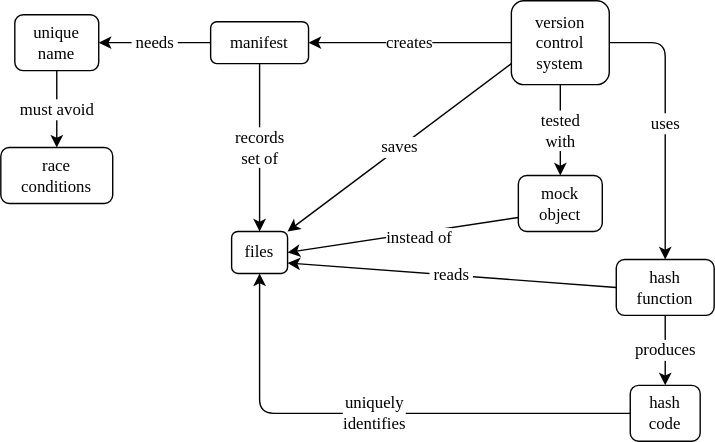
gvwilson/thirdbit keeps this draw.io diagram as sdxpy/archive/concept_map.svg. Above is the earlier version. Source tidied: cells renumbered, new cells last; positions are measured from the earlier drawing's top-left corner, leaving out a move shared by most shapes.
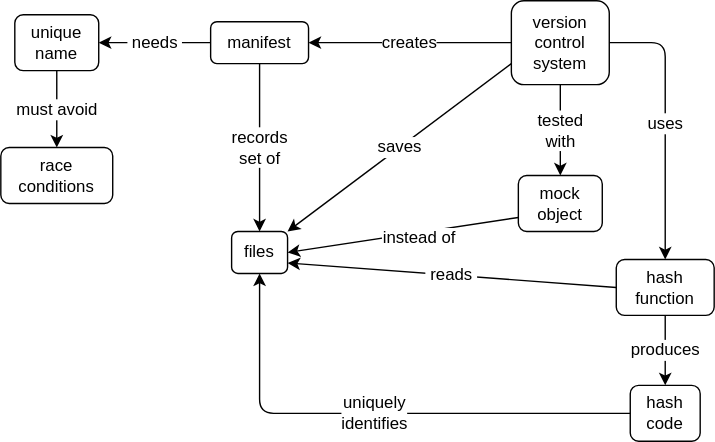
After the change.

The edit, as a diff of the source:
```diff
@@ -2,72 +2,72 @@
   <root>
     <mxCell id="0" />
     <mxCell id="1" parent="0" />
-    <mxCell id="2" value="version&lt;br style=&quot;font-size: 12px;&quot;&gt;control&lt;br style=&quot;font-size: 12px;&quot;&gt;system" style="text;html=1;strokeColor=default;fillColor=none;align=center;verticalAlign=middle;whiteSpace=wrap;rounded=1;hachureGap=4;fontFamily=Verdana;fontSize=12;" parent="1" vertex="1">
+    <mxCell id="2" value="version&lt;br style=&quot;font-size: 12px;&quot;&gt;control&lt;br style=&quot;font-size: 12px;&quot;&gt;system" style="text;html=1;strokeColor=default;fillColor=none;align=center;verticalAlign=middle;whiteSpace=wrap;rounded=1;hachureGap=4;fontFamily=Helvetica;fontSize=12;" parent="1" vertex="1">
       <mxGeometry x="365" width="70" height="60" as="geometry" />
     </mxCell>
-    <mxCell id="3" value="hash&lt;br style=&quot;font-size: 12px;&quot;&gt;function" style="text;html=1;strokeColor=default;fillColor=none;align=center;verticalAlign=middle;whiteSpace=wrap;rounded=1;hachureGap=4;fontFamily=Verdana;fontSize=12;" parent="1" vertex="1">
+    <mxCell id="3" value="hash&lt;br style=&quot;font-size: 12px;&quot;&gt;function" style="text;html=1;strokeColor=default;fillColor=none;align=center;verticalAlign=middle;whiteSpace=wrap;rounded=1;hachureGap=4;fontFamily=Helvetica;fontSize=12;" parent="1" vertex="1">
       <mxGeometry x="440" y="185" width="70" height="40" as="geometry" />
     </mxCell>
-    <mxCell id="4" value="files" style="text;html=1;strokeColor=default;fillColor=none;align=center;verticalAlign=middle;whiteSpace=wrap;rounded=1;hachureGap=4;fontFamily=Verdana;fontSize=12;" parent="1" vertex="1">
+    <mxCell id="4" value="files" style="text;html=1;strokeColor=default;fillColor=none;align=center;verticalAlign=middle;whiteSpace=wrap;rounded=1;hachureGap=4;fontFamily=Helvetica;fontSize=12;" parent="1" vertex="1">
       <mxGeometry x="165" y="165" width="40" height="30" as="geometry" />
     </mxCell>
-    <mxCell id="5" value="hash&lt;br style=&quot;font-size: 12px;&quot;&gt;code" style="text;html=1;strokeColor=default;fillColor=none;align=center;verticalAlign=middle;whiteSpace=wrap;rounded=1;hachureGap=4;fontFamily=Verdana;fontSize=12;" parent="1" vertex="1">
+    <mxCell id="5" value="hash&lt;br style=&quot;font-size: 12px;&quot;&gt;code" style="text;html=1;strokeColor=default;fillColor=none;align=center;verticalAlign=middle;whiteSpace=wrap;rounded=1;hachureGap=4;fontFamily=Helvetica;fontSize=12;" parent="1" vertex="1">
       <mxGeometry x="450" y="275" width="50" height="40" as="geometry" />
     </mxCell>
-    <mxCell id="6" value="mock&lt;br style=&quot;font-size: 12px;&quot;&gt;object" style="text;html=1;strokeColor=default;fillColor=none;align=center;verticalAlign=middle;whiteSpace=wrap;rounded=1;hachureGap=4;fontFamily=Verdana;fontSize=12;" parent="1" vertex="1">
+    <mxCell id="6" value="mock&lt;br style=&quot;font-size: 12px;&quot;&gt;object" style="text;html=1;strokeColor=default;fillColor=none;align=center;verticalAlign=middle;whiteSpace=wrap;rounded=1;hachureGap=4;fontFamily=Helvetica;fontSize=12;" parent="1" vertex="1">
       <mxGeometry x="370" y="125" width="60" height="40" as="geometry" />
     </mxCell>
-    <mxCell id="7" value="manifest" style="text;html=1;strokeColor=default;fillColor=none;align=center;verticalAlign=middle;whiteSpace=wrap;rounded=1;hachureGap=4;fontFamily=Verdana;fontSize=12;" parent="1" vertex="1">
+    <mxCell id="7" value="manifest" style="text;html=1;strokeColor=default;fillColor=none;align=center;verticalAlign=middle;whiteSpace=wrap;rounded=1;hachureGap=4;fontFamily=Helvetica;fontSize=12;" parent="1" vertex="1">
       <mxGeometry x="150" y="15" width="70" height="30" as="geometry" />
     </mxCell>
-    <mxCell id="8" value="unique&lt;br style=&quot;font-size: 12px;&quot;&gt;name" style="text;html=1;strokeColor=default;fillColor=none;align=center;verticalAlign=middle;whiteSpace=wrap;rounded=1;hachureGap=4;fontFamily=Verdana;fontSize=12;" parent="1" vertex="1">
+    <mxCell id="8" value="unique&lt;br style=&quot;font-size: 12px;&quot;&gt;name" style="text;html=1;strokeColor=default;fillColor=none;align=center;verticalAlign=middle;whiteSpace=wrap;rounded=1;hachureGap=4;fontFamily=Helvetica;fontSize=12;" parent="1" vertex="1">
       <mxGeometry x="10" y="10" width="60" height="40" as="geometry" />
     </mxCell>
-    <mxCell id="9" value="race&lt;br style=&quot;font-size: 12px;&quot;&gt;conditions" style="text;html=1;strokeColor=default;fillColor=none;align=center;verticalAlign=middle;whiteSpace=wrap;rounded=1;hachureGap=4;fontFamily=Verdana;fontSize=12;" parent="1" vertex="1">
+    <mxCell id="9" value="race&lt;br style=&quot;font-size: 12px;&quot;&gt;conditions" style="text;html=1;strokeColor=default;fillColor=none;align=center;verticalAlign=middle;whiteSpace=wrap;rounded=1;hachureGap=4;fontFamily=Helvetica;fontSize=12;" parent="1" vertex="1">
       <mxGeometry y="105" width="80" height="40" as="geometry" />
     </mxCell>
-    <mxCell id="10" value="uses" style="endArrow=classic;html=1;rounded=1;hachureGap=4;fontFamily=Verdana;fontSize=12;sourcePerimeterSpacing=8;targetPerimeterSpacing=8;entryX=0.5;entryY=0;entryDx=0;entryDy=0;exitX=1;exitY=0.5;exitDx=0;exitDy=0;" parent="1" edge="1" source="2" target="3">
+    <mxCell id="10" value="uses" style="endArrow=classic;html=1;rounded=1;hachureGap=4;fontFamily=Helvetica;fontSize=12;sourcePerimeterSpacing=8;targetPerimeterSpacing=8;entryX=0.5;entryY=0;entryDx=0;entryDy=0;exitX=1;exitY=0.5;exitDx=0;exitDy=0;" parent="1" edge="1" source="2" target="3">
       <mxGeometry relative="1" as="geometry">
         <Array as="points">
           <mxPoint x="475" y="30" />
         </Array>
       </mxGeometry>
     </mxCell>
-    <mxCell id="11" value="saves" style="endArrow=classic;html=1;rounded=0;hachureGap=4;fontFamily=Verdana;fontSize=12;sourcePerimeterSpacing=8;targetPerimeterSpacing=8;curved=1;entryX=1;entryY=0;entryDx=0;entryDy=0;exitX=0;exitY=0.75;exitDx=0;exitDy=0;" parent="1" edge="1" source="2" target="4">
+    <mxCell id="11" value="saves" style="endArrow=classic;html=1;rounded=0;hachureGap=4;fontFamily=Helvetica;fontSize=12;sourcePerimeterSpacing=8;targetPerimeterSpacing=8;curved=1;entryX=1;entryY=0;entryDx=0;entryDy=0;exitX=0;exitY=0.75;exitDx=0;exitDy=0;" parent="1" edge="1" source="2" target="4">
       <mxGeometry relative="1" as="geometry" />
     </mxCell>
-    <mxCell id="12" value="creates" style="endArrow=classic;html=1;rounded=0;hachureGap=4;fontFamily=Verdana;fontSize=12;sourcePerimeterSpacing=8;targetPerimeterSpacing=8;curved=1;entryX=1;entryY=0.5;entryDx=0;entryDy=0;exitX=0;exitY=0.5;exitDx=0;exitDy=0;" parent="1" edge="1" source="2" target="7">
+    <mxCell id="12" value="creates" style="endArrow=classic;html=1;rounded=0;hachureGap=4;fontFamily=Helvetica;fontSize=12;sourcePerimeterSpacing=8;targetPerimeterSpacing=8;curved=1;entryX=1;entryY=0.5;entryDx=0;entryDy=0;exitX=0;exitY=0.5;exitDx=0;exitDy=0;" parent="1" edge="1" source="2" target="7">
       <mxGeometry relative="1" as="geometry" />
     </mxCell>
-    <mxCell id="13" value="records&lt;br style=&quot;font-size: 12px;&quot;&gt;set of" style="endArrow=classic;html=1;rounded=0;hachureGap=4;fontFamily=Verdana;fontSize=12;sourcePerimeterSpacing=8;targetPerimeterSpacing=8;curved=1;exitX=0.5;exitY=1;exitDx=0;exitDy=0;entryX=0.5;entryY=0;entryDx=0;entryDy=0;" parent="1" edge="1" source="7" target="4">
+    <mxCell id="13" value="records&lt;br style=&quot;font-size: 12px;&quot;&gt;set of" style="endArrow=classic;html=1;rounded=0;hachureGap=4;fontFamily=Helvetica;fontSize=12;sourcePerimeterSpacing=8;targetPerimeterSpacing=8;curved=1;exitX=0.5;exitY=1;exitDx=0;exitDy=0;entryX=0.5;entryY=0;entryDx=0;entryDy=0;" parent="1" edge="1" source="7" target="4">
       <mxGeometry relative="1" as="geometry" />
     </mxCell>
-    <mxCell id="14" value="&amp;nbsp;needs&amp;nbsp;" style="endArrow=classic;html=1;rounded=0;hachureGap=4;fontFamily=Verdana;fontSize=12;sourcePerimeterSpacing=8;targetPerimeterSpacing=8;curved=1;entryX=1;entryY=0.5;entryDx=0;entryDy=0;exitX=0;exitY=0.5;exitDx=0;exitDy=0;" parent="1" edge="1" source="7" target="8">
+    <mxCell id="14" value="&amp;nbsp;needs&amp;nbsp;" style="endArrow=classic;html=1;rounded=0;hachureGap=4;fontFamily=Helvetica;fontSize=12;sourcePerimeterSpacing=8;targetPerimeterSpacing=8;curved=1;entryX=1;entryY=0.5;entryDx=0;entryDy=0;exitX=0;exitY=0.5;exitDx=0;exitDy=0;" parent="1" edge="1" source="7" target="8">
       <mxGeometry relative="1" as="geometry" />
     </mxCell>
-    <mxCell id="15" value="must avoid" style="endArrow=classic;html=1;rounded=0;hachureGap=4;fontFamily=Verdana;fontSize=12;sourcePerimeterSpacing=8;targetPerimeterSpacing=8;curved=1;entryX=0.5;entryY=0;entryDx=0;entryDy=0;exitX=0.5;exitY=1;exitDx=0;exitDy=0;" parent="1" edge="1" source="8" target="9">
+    <mxCell id="15" value="must avoid" style="endArrow=classic;html=1;rounded=0;hachureGap=4;fontFamily=Helvetica;fontSize=12;sourcePerimeterSpacing=8;targetPerimeterSpacing=8;curved=1;entryX=0.5;entryY=0;entryDx=0;entryDy=0;exitX=0.5;exitY=1;exitDx=0;exitDy=0;" parent="1" edge="1" source="8" target="9">
       <mxGeometry relative="1" as="geometry" />
     </mxCell>
-    <mxCell id="16" value="uniquely&lt;br style=&quot;font-size: 12px;&quot;&gt;identifies" style="endArrow=classic;html=1;rounded=1;hachureGap=4;fontFamily=Verdana;fontSize=12;sourcePerimeterSpacing=8;targetPerimeterSpacing=8;entryX=0.5;entryY=1;entryDx=0;entryDy=0;exitX=0;exitY=0.5;exitDx=0;exitDy=0;" parent="1" edge="1" source="5" target="4">
+    <mxCell id="16" value="uniquely&lt;br style=&quot;font-size: 12px;&quot;&gt;identifies" style="endArrow=classic;html=1;rounded=1;hachureGap=4;fontFamily=Helvetica;fontSize=12;sourcePerimeterSpacing=8;targetPerimeterSpacing=8;entryX=0.5;entryY=1;entryDx=0;entryDy=0;exitX=0;exitY=0.5;exitDx=0;exitDy=0;" parent="1" edge="1" source="5" target="4">
       <mxGeometry relative="1" as="geometry">
         <Array as="points">
           <mxPoint x="185" y="295" />
         </Array>
       </mxGeometry>
     </mxCell>
-    <mxCell id="17" value="&amp;nbsp;reads&amp;nbsp;" style="endArrow=classic;html=1;rounded=0;hachureGap=4;fontFamily=Verdana;fontSize=12;sourcePerimeterSpacing=8;targetPerimeterSpacing=8;curved=1;exitX=0;exitY=0.5;exitDx=0;exitDy=0;entryX=1;entryY=0.75;entryDx=0;entryDy=0;" parent="1" edge="1" source="3" target="4">
+    <mxCell id="17" value="&amp;nbsp;reads&amp;nbsp;" style="endArrow=classic;html=1;rounded=0;hachureGap=4;fontFamily=Helvetica;fontSize=12;sourcePerimeterSpacing=8;targetPerimeterSpacing=8;curved=1;exitX=0;exitY=0.5;exitDx=0;exitDy=0;entryX=1;entryY=0.75;entryDx=0;entryDy=0;" parent="1" edge="1" source="3" target="4">
       <mxGeometry relative="1" as="geometry" />
     </mxCell>
-    <mxCell id="18" value="produces" style="endArrow=classic;html=1;rounded=0;hachureGap=4;fontFamily=Verdana;fontSize=12;sourcePerimeterSpacing=8;targetPerimeterSpacing=8;curved=1;exitX=0.5;exitY=1;exitDx=0;exitDy=0;entryX=0.5;entryY=0;entryDx=0;entryDy=0;" parent="1" edge="1" source="3" target="5">
+    <mxCell id="18" value="produces" style="endArrow=classic;html=1;rounded=0;hachureGap=4;fontFamily=Helvetica;fontSize=12;sourcePerimeterSpacing=8;targetPerimeterSpacing=8;curved=1;exitX=0.5;exitY=1;exitDx=0;exitDy=0;entryX=0.5;entryY=0;entryDx=0;entryDy=0;" parent="1" edge="1" source="3" target="5">
       <mxGeometry relative="1" as="geometry" />
     </mxCell>
-    <mxCell id="19" value="tested&lt;br style=&quot;font-size: 12px;&quot;&gt;with" style="endArrow=classic;html=1;rounded=0;hachureGap=4;fontFamily=Verdana;fontSize=12;sourcePerimeterSpacing=8;targetPerimeterSpacing=8;curved=1;exitX=0.5;exitY=1;exitDx=0;exitDy=0;entryX=0.5;entryY=0;entryDx=0;entryDy=0;" parent="1" edge="1" source="2" target="6">
+    <mxCell id="19" value="tested&lt;br style=&quot;font-size: 12px;&quot;&gt;with" style="endArrow=classic;html=1;rounded=0;hachureGap=4;fontFamily=Helvetica;fontSize=12;sourcePerimeterSpacing=8;targetPerimeterSpacing=8;curved=1;exitX=0.5;exitY=1;exitDx=0;exitDy=0;entryX=0.5;entryY=0;entryDx=0;entryDy=0;" parent="1" edge="1" source="2" target="6">
       <mxGeometry relative="1" as="geometry" />
     </mxCell>
-    <mxCell id="20" style="endArrow=classic;html=1;rounded=0;hachureGap=4;fontFamily=Verdana;fontSize=12;sourcePerimeterSpacing=8;targetPerimeterSpacing=8;curved=1;entryX=1;entryY=0.5;entryDx=0;entryDy=0;exitX=0;exitY=0.75;exitDx=0;exitDy=0;" parent="1" edge="1" source="6" target="4">
+    <mxCell id="20" style="endArrow=classic;html=1;rounded=0;hachureGap=4;fontFamily=Helvetica;fontSize=12;sourcePerimeterSpacing=8;targetPerimeterSpacing=8;curved=1;entryX=1;entryY=0.5;entryDx=0;entryDy=0;exitX=0;exitY=0.75;exitDx=0;exitDy=0;" parent="1" edge="1" source="6" target="4">
       <mxGeometry relative="1" as="geometry" />
     </mxCell>
-    <mxCell id="21" value="instead of" style="edgeLabel;html=1;align=center;verticalAlign=middle;fontSize=12;fontFamily=Verdana;" parent="20" vertex="1">
+    <mxCell id="21" value="instead of" style="edgeLabel;html=1;align=center;verticalAlign=middle;fontSize=12;fontFamily=Helvetica;" parent="20" vertex="1">
       <mxGeometry x="-0.13" y="4" relative="1" as="geometry" />
     </mxCell>
   </root>
```
